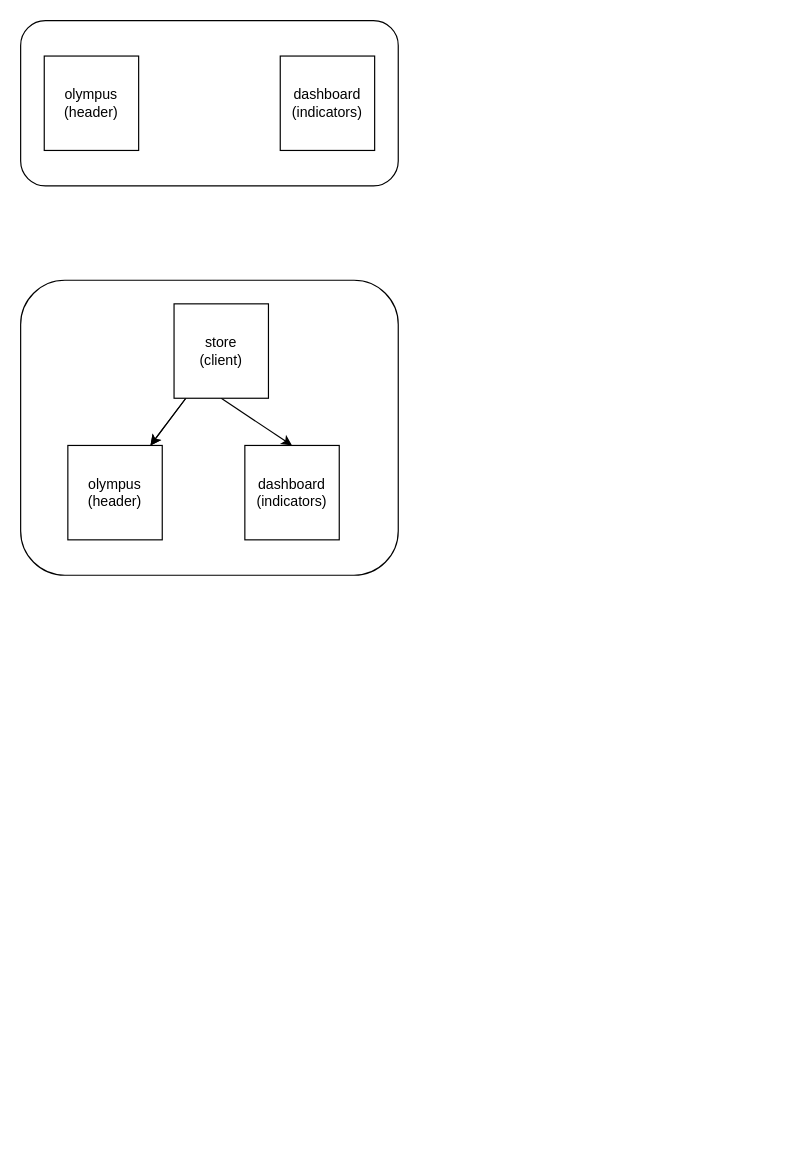
This is arch.dio from Wendlereis/microfrontends, a draw.io file, before an edit. Source tidied: cells renumbered, new cells numbered last; positions are measured from the earlier drawing's top-left corner, leaving out a move shared by most shapes. Both pictures are drawn from the tidied source at 118%, with x=0, y=0 at pixel (20, 20).
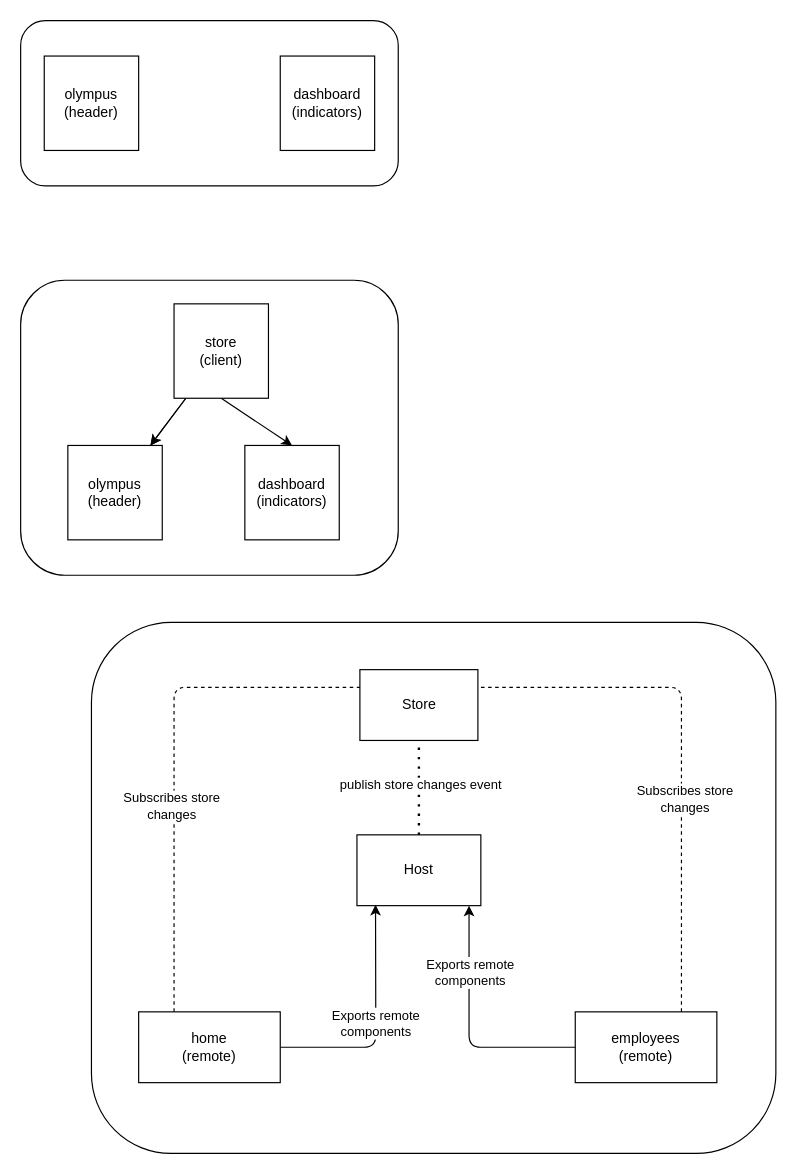
After the change.

Diff of the diagram source:
```diff
@@
+    <mxCell id="12" style="rounded=1;whiteSpace=wrap;html=1;" parent="1" vertex="1">
+      <mxGeometry x="60" y="510" width="580" height="450" as="geometry" />
+    </mxCell>
@@
+    <mxCell id="13" value="Store" style="rounded=0;whiteSpace=wrap;html=1;" parent="1" vertex="1">
+      <mxGeometry x="287.5" y="550" width="100" height="60" as="geometry" />
+    </mxCell>
+    <mxCell id="14" value="Host" style="rounded=0;whiteSpace=wrap;html=1;" parent="1" vertex="1">
+      <mxGeometry x="285" y="690" width="105" height="60" as="geometry" />
+    </mxCell>
+    <mxCell id="15" value="Exports remote&lt;br&gt;components" style="edgeStyle=none;html=1;entryX=0.15;entryY=0.988;entryDx=0;entryDy=0;entryPerimeter=0;" parent="1" edge="1" source="16" target="14">
+      <mxGeometry relative="1" as="geometry">
+        <Array as="points">
+          <mxPoint x="301" y="870" />
+        </Array>
+      </mxGeometry>
+    </mxCell>
+    <mxCell id="16" value="home&lt;br&gt;(remote)" style="rounded=0;whiteSpace=wrap;html=1;" parent="1" vertex="1">
+      <mxGeometry x="100" y="840" width="120" height="60" as="geometry" />
+    </mxCell>
+    <mxCell id="17" style="edgeStyle=none;html=1;" parent="1" edge="1">
+      <mxGeometry relative="1" as="geometry">
+        <mxPoint x="478" y="870" as="sourcePoint" />
+        <mxPoint x="380" y="750" as="targetPoint" />
+        <Array as="points">
+          <mxPoint x="380" y="870" />
+        </Array>
+      </mxGeometry>
+    </mxCell>
+    <mxCell id="18" value="Exports remote&lt;br&gt;components&lt;br&gt;" style="edgeLabel;html=1;align=center;verticalAlign=middle;" parent="17" vertex="1">
+      <mxGeometry x="0.49" relative="1" as="geometry" />
+    </mxCell>
+    <mxCell id="19" value="employees&lt;br&gt;(remote)" style="rounded=0;whiteSpace=wrap;html=1;" parent="1" vertex="1">
+      <mxGeometry x="470" y="840" width="120" height="60" as="geometry" />
+    </mxCell>
+    <mxCell id="20" style="endArrow=none;dashed=1;html=1;exitX=0.75;exitY=0;exitDx=0;exitDy=0;entryX=1;entryY=0.25;entryDx=0;entryDy=0;" parent="1" edge="1" source="19" target="13">
+      <mxGeometry relative="1" as="geometry">
+        <Array as="points">
+          <mxPoint x="560" y="565" />
+        </Array>
+      </mxGeometry>
+    </mxCell>
+    <mxCell id="21" value="Subscribes store&lt;br&gt;changes" style="edgeLabel;html=1;align=center;verticalAlign=middle;" parent="20" vertex="1">
+      <mxGeometry x="-0.19" y="-2" relative="1" as="geometry" />
+    </mxCell>
+    <mxCell id="22" style="endArrow=none;dashed=1;html=1;exitX=0.25;exitY=0;exitDx=0;exitDy=0;entryX=0;entryY=0.25;entryDx=0;entryDy=0;" parent="1" edge="1" source="16" target="13">
+      <mxGeometry relative="1" as="geometry">
+        <Array as="points">
+          <mxPoint x="130" y="565" />
+        </Array>
+      </mxGeometry>
+    </mxCell>
+    <mxCell id="23" value="Subscribes store &lt;br&gt;changes" style="edgeLabel;html=1;align=center;verticalAlign=middle;" parent="22" vertex="1">
+      <mxGeometry x="-0.19" y="3" relative="1" as="geometry" />
+    </mxCell>
+    <mxCell id="24" style="endArrow=none;dashed=1;html=1;dashPattern=1 3;strokeWidth=2;entryX=0.5;entryY=1;entryDx=0;entryDy=0;exitX=0.5;exitY=0;exitDx=0;exitDy=0;" parent="1" edge="1" source="14" target="13">
+      <mxGeometry relative="1" as="geometry" />
+    </mxCell>
+    <mxCell id="25" value="publish store changes event" style="edgeLabel;html=1;align=center;verticalAlign=middle;" parent="24" vertex="1">
+      <mxGeometry x="0.07" y="-1" relative="1" as="geometry" />
+    </mxCell>
```
